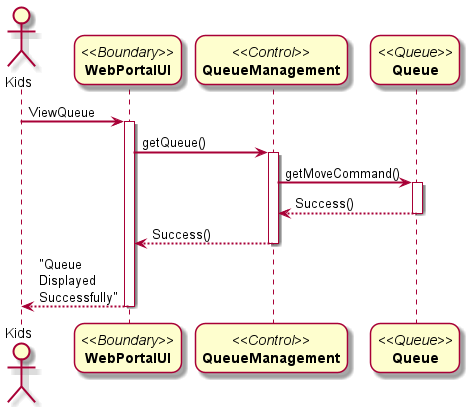
The PlantUML diagram Docs/Sequence Diagrams/Project Sequence-Diagram-UC4.png in DanielFYJ/2101-2201-Project, before a commit.
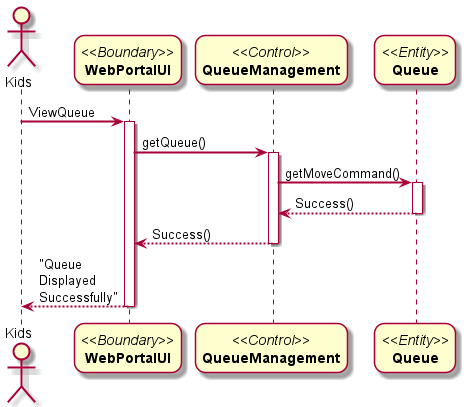
Later version of the same file.

Diff of the diagram source:
```diff
@@ -6,7 +6,7 @@
 actor Kids
 participant "//<<Boundary>>//\n**WebPortalUI**" as A
 participant "//<<Control>>//\n**QueueManagement**" as B
-participant "//<<Queue>>//\n**Queue**" as C
+participant "//<<Entity>>//\n**Queue**" as C
 
 Kids-> A: ViewQueue
 activate A
```
